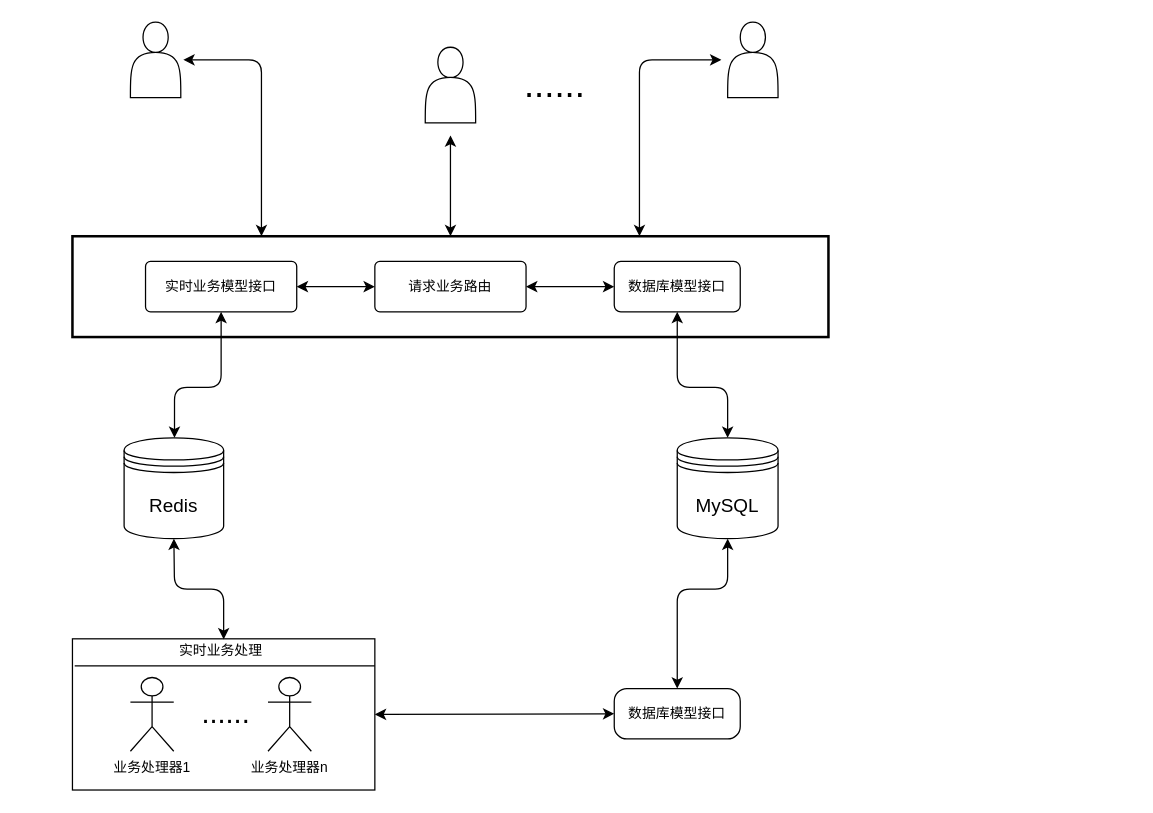
Earlier version of the draw.io diagram page "系统整体框架" (1 of 2) of 系统总框架.drawio (bedreamer/draw.io). Source tidied: cells renumbered, new cells numbered last; positions are measured from the earlier drawing's top-left corner, leaving out a move shared by most shapes. Both pictures are drawn from the tidied source at 126%, with x=0, y=0 at pixel (72, 21).
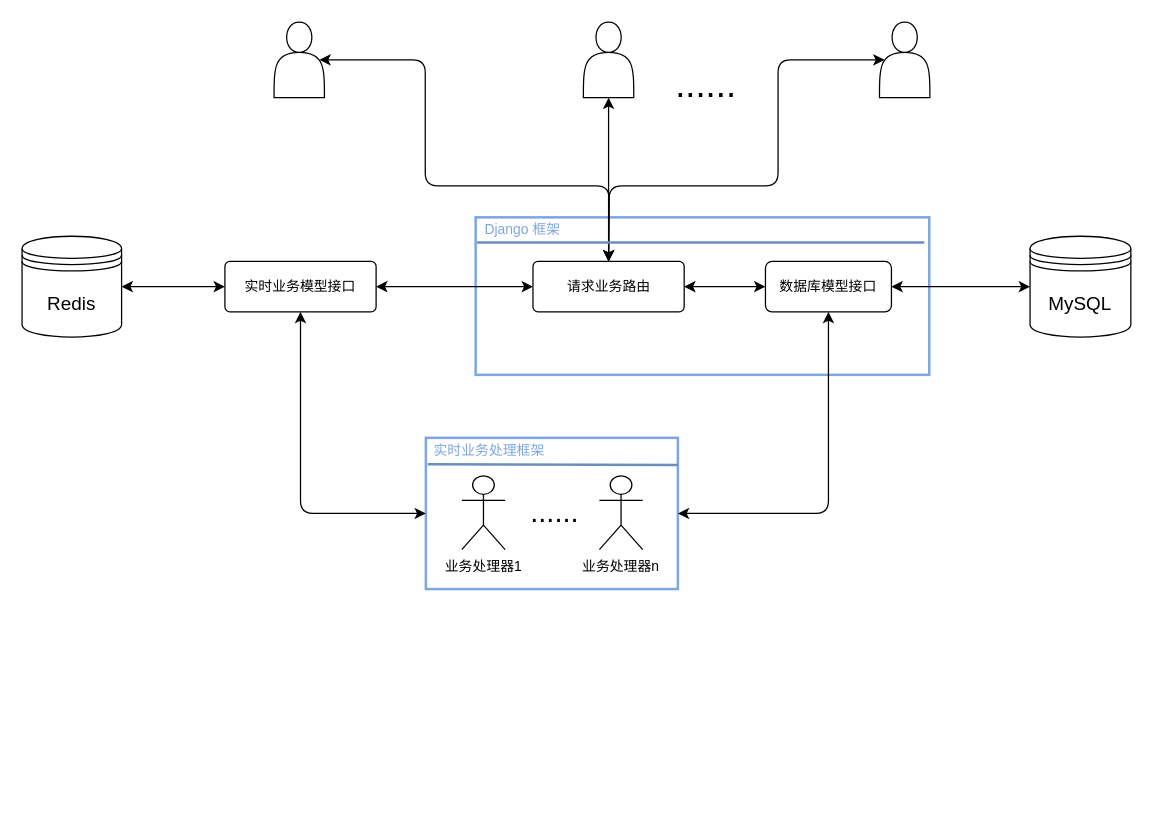
The same diagram, later.

Commit message:
更新系统总框架.drawio

What changed in the source:
```diff
@@
-    <mxCell id="2" style="strokeWidth=2;whiteSpace=wrap;html=1;align=center;fontSize=15;" parent="1" vertex="1">
-      <mxGeometry y="170" width="600" height="80" as="geometry" />
+    <mxCell id="2" style="strokeWidth=2;whiteSpace=wrap;html=1;align=center;fontSize=15;strokeColor=#7EA6E0;" parent="1" vertex="1">
+      <mxGeometry x="320" y="155" width="360" height="125" as="geometry" />
     </mxCell>
     <mxCell id="3" value="MySQL" style="shape=datastore;whiteSpace=wrap;html=1;fontSize=15;" parent="1" vertex="1">
-      <mxGeometry x="480" y="330" width="80" height="80" as="geometry" />
+      <mxGeometry x="760" y="170" width="80" height="80" as="geometry" />
     </mxCell>
     <mxCell id="4" value="Redis" style="shape=datastore;whiteSpace=wrap;html=1;fontSize=15;" parent="1" vertex="1">
-      <mxGeometry x="41" y="330" width="79" height="80" as="geometry" />
+      <mxGeometry x="-40" y="170" width="79" height="80" as="geometry" />
     </mxCell>
     <mxCell id="5" value="实时业务模型接口" style="rounded=1;whiteSpace=wrap;html=1;fontSize=11;horizontal=1;arcSize=10;" parent="1" vertex="1">
-      <mxGeometry x="58" y="190" width="120" height="40" as="geometry" />
+      <mxGeometry x="121" y="190" width="120" height="40" as="geometry" />
     </mxCell>
-    <mxCell id="6" style="rounded=0;whiteSpace=wrap;html=1;fontSize=11;" parent="1" vertex="1">
-      <mxGeometry y="489.5" width="240" height="120" as="geometry" />
+    <mxCell id="6" style="rounded=0;whiteSpace=wrap;html=1;fontSize=11;strokeColor=#7EA6E0;strokeWidth=2;" parent="1" vertex="1">
+      <mxGeometry x="280.5" y="330" width="200" height="120" as="geometry" />
     </mxCell>
     <mxCell id="7" value="业务处理器1" style="shape=umlActor;verticalLabelPosition=bottom;labelBackgroundColor=#ffffff;verticalAlign=top;html=1;fontSize=11;" parent="1" vertex="1">
-      <mxGeometry x="46" y="520.2" width="34.4" height="58.5" as="geometry" />
+      <mxGeometry x="309" y="360.2" width="34.4" height="58.5" as="geometry" />
     </mxCell>
     <mxCell id="8" value="业务处理器n" style="shape=umlActor;verticalLabelPosition=bottom;labelBackgroundColor=#ffffff;verticalAlign=top;html=1;fontSize=11;" parent="1" vertex="1">
-      <mxGeometry x="155.2" y="520.2" width="34.4" height="58.5" as="geometry" />
+      <mxGeometry x="418.2" y="360.2" width="34.4" height="58.5" as="geometry" />
     </mxCell>
     <mxCell id="9" value="......" style="text;html=1;strokeColor=none;fillColor=none;align=center;verticalAlign=middle;whiteSpace=wrap;rounded=0;fontSize=23;" parent="1" vertex="1">
-      <mxGeometry x="98.9" y="539.2" width="45.9" height="19.5" as="geometry" />
+      <mxGeometry x="360.4" y="379.2" width="45.9" height="19.5" as="geometry" />
     </mxCell>
-    <mxCell id="10" value="实时业务处理" style="text;html=1;strokeColor=none;fillColor=none;align=center;verticalAlign=middle;whiteSpace=wrap;rounded=0;fontSize=11;" parent="1" vertex="1">
-      <mxGeometry x="78" y="489.5" width="80.3" height="19.5" as="geometry" />
+    <mxCell id="10" value="实时业务处理框架" style="text;html=1;strokeColor=none;fillColor=none;align=center;verticalAlign=middle;whiteSpace=wrap;rounded=0;fontSize=11;fontColor=#7EA6E0;" parent="1" vertex="1">
+      <mxGeometry x="282" y="330" width="98" height="20" as="geometry" />
     </mxCell>
-    <mxCell id="11" style="endArrow=none;html=1;fontSize=11;entryX=1;entryY=0.179;entryDx=0;entryDy=0;entryPerimeter=0;" parent="1" edge="1" target="6">
+    <mxCell id="11" style="endArrow=none;html=1;fontSize=11;entryX=1;entryY=0.179;entryDx=0;entryDy=0;entryPerimeter=0;fillColor=#dae8fc;strokeColor=#6c8ebf;strokeWidth=2;" parent="1" edge="1" target="6">
       <mxGeometry relative="1" as="geometry">
-        <mxPoint x="1.8" y="511" as="sourcePoint" />
+        <mxPoint x="282" y="351" as="sourcePoint" />
       </mxGeometry>
     </mxCell>
     <mxCell id="12" value="数据库模型接口" style="rounded=1;whiteSpace=wrap;html=1;fontSize=11;horizontal=1;arcSize=13;" parent="1" vertex="1">
-      <mxGeometry x="430" y="190" width="100" height="40" as="geometry" />
+      <mxGeometry x="550" y="190" width="100" height="40" as="geometry" />
     </mxCell>
-    <mxCell id="13" style="endArrow=classic;startArrow=classic;html=1;fontSize=11;entryX=0.5;entryY=1;entryDx=0;entryDy=0;" parent="1" edge="1" target="5">
-      <mxGeometry relative="1" as="geometry">
-        <mxPoint x="81" y="330" as="sourcePoint" />
-        <Array as="points">
-          <mxPoint x="81" y="290" />
-          <mxPoint x="118" y="290" />
-        </Array>
-      </mxGeometry>
-    </mxCell>
-    <mxCell id="14" style="endArrow=classic;startArrow=classic;html=1;fontSize=11;entryX=0.5;entryY=1;entryDx=0;entryDy=0;" parent="1" edge="1" target="4">
+    <mxCell id="14" style="endArrow=classic;startArrow=classic;html=1;fontSize=11;entryX=0.5;entryY=1;entryDx=0;entryDy=0;exitX=0;exitY=0.5;exitDx=0;exitDy=0;" parent="1" edge="1" source="6" target="5">
       <mxGeometry relative="1" as="geometry">
-        <mxPoint x="120" y="490" as="sourcePoint" />
         <Array as="points">
-          <mxPoint x="120" y="450" />
-          <mxPoint x="81" y="450" />
+          <mxPoint x="181" y="390" />
         </Array>
       </mxGeometry>
     </mxCell>
-    <mxCell id="15" style="endArrow=classic;startArrow=classic;html=1;fontSize=11;entryX=0.5;entryY=1;entryDx=0;entryDy=0;exitX=0.5;exitY=0;exitDx=0;exitDy=0;" parent="1" edge="1" source="3" target="12">
-      <mxGeometry relative="1" as="geometry">
-        <Array as="points">
-          <mxPoint x="520" y="290" />
-          <mxPoint x="480" y="290" />
-        </Array>
-      </mxGeometry>
+    <mxCell id="15" style="endArrow=classic;startArrow=classic;html=1;fontSize=11;entryX=1;entryY=0.5;entryDx=0;entryDy=0;exitX=0;exitY=0.5;exitDx=0;exitDy=0;" parent="1" edge="1" source="3" target="12">
+      <mxGeometry relative="1" as="geometry" />
     </mxCell>
-    <mxCell id="16" value="数据库模型接口" style="rounded=1;whiteSpace=wrap;html=1;fontSize=11;horizontal=1;arcSize=25;" parent="1" vertex="1">
-      <mxGeometry x="430" y="529" width="100" height="40" as="geometry" />
-    </mxCell>
-    <mxCell id="17" style="endArrow=classic;startArrow=classic;html=1;fontSize=11;entryX=0;entryY=0.5;entryDx=0;entryDy=0;exitX=1;exitY=0.5;exitDx=0;exitDy=0;" parent="1" edge="1" source="6" target="16">
-      <mxGeometry relative="1" as="geometry" />
+    <mxCell id="17" style="endArrow=classic;startArrow=classic;html=1;fontSize=11;entryX=0.5;entryY=1;entryDx=0;entryDy=0;exitX=1;exitY=0.5;exitDx=0;exitDy=0;" parent="1" edge="1" source="6" target="12">
+      <mxGeometry relative="1" as="geometry">
+        <Array as="points">
+          <mxPoint x="600" y="390" />
+        </Array>
+      </mxGeometry>
     </mxCell>
-    <mxCell id="18" style="endArrow=classic;startArrow=classic;html=1;fontSize=11;entryX=0.5;entryY=0;entryDx=0;entryDy=0;exitX=0.5;exitY=1;exitDx=0;exitDy=0;" parent="1" edge="1" source="3" target="16">
-      <mxGeometry relative="1" as="geometry">
-        <Array as="points">
-          <mxPoint x="520" y="450" />
-          <mxPoint x="480" y="450" />
-        </Array>
-      </mxGeometry>
-    </mxCell>
     <mxCell id="19" value="请求业务路由" style="rounded=1;whiteSpace=wrap;html=1;fontSize=11;horizontal=1;arcSize=10;" parent="1" vertex="1">
-      <mxGeometry x="240" y="190" width="120" height="40" as="geometry" />
+      <mxGeometry x="365.5" y="190" width="120" height="40" as="geometry" />
     </mxCell>
@@
     <mxCell id="22" value="......" style="text;html=1;strokeColor=none;fillColor=none;align=center;verticalAlign=middle;whiteSpace=wrap;rounded=0;fontSize=29;" parent="1" vertex="1">
-      <mxGeometry x="359.9" y="40.2" width="45.9" height="19.5" as="geometry" />
+      <mxGeometry x="480.4" y="40.2" width="45.9" height="19.5" as="geometry" />
     </mxCell>
-    <mxCell id="23" style="endArrow=classic;startArrow=classic;html=1;fontSize=23;entryX=1;entryY=0.3333333333333333;entryDx=0;entryDy=0;entryPerimeter=0;exitX=0.25;exitY=0;exitDx=0;exitDy=0;" parent="1" edge="1" source="2">
+    <mxCell id="23" style="endArrow=classic;startArrow=classic;html=1;fontSize=23;entryX=0.9;entryY=0.5;entryDx=0;entryDy=0;entryPerimeter=0;exitX=0.5;exitY=0;exitDx=0;exitDy=0;" parent="1" edge="1" source="19" target="26">
       <mxGeometry relative="1" as="geometry">
-        <mxPoint x="88" y="30" as="targetPoint" />
         <Array as="points">
-          <mxPoint x="150" y="30" />
+          <mxPoint x="426" y="130" />
+          <mxPoint x="280" y="130" />
+          <mxPoint x="280" y="30" />
         </Array>
       </mxGeometry>
     </mxCell>
-    <mxCell id="24" style="endArrow=classic;startArrow=classic;html=1;fontSize=23;entryX=0.5;entryY=0;entryDx=0;entryDy=0;" parent="1" edge="1" target="2">
-      <mxGeometry relative="1" as="geometry">
-        <mxPoint x="300" y="90" as="sourcePoint" />
-      </mxGeometry>
+    <mxCell id="24" style="endArrow=classic;startArrow=classic;html=1;fontSize=23;entryX=0.5;entryY=0;entryDx=0;entryDy=0;exitX=0.5;exitY=1;exitDx=0;exitDy=0;" parent="1" edge="1" source="27" target="19">
+      <mxGeometry relative="1" as="geometry" />
     </mxCell>
-    <mxCell id="25" style="endArrow=classic;startArrow=classic;html=1;fontSize=23;entryX=0.75;entryY=0;entryDx=0;entryDy=0;exitX=0;exitY=0.3333333333333333;exitDx=0;exitDy=0;exitPerimeter=0;" parent="1" edge="1" target="2">
+    <mxCell id="25" style="endArrow=classic;startArrow=classic;html=1;fontSize=23;entryX=0.5;entryY=0;entryDx=0;entryDy=0;exitX=0.1;exitY=0.5;exitDx=0;exitDy=0;exitPerimeter=0;" parent="1" edge="1" source="28" target="19">
       <mxGeometry relative="1" as="geometry">
-        <mxPoint x="515" y="30" as="sourcePoint" />
         <Array as="points">
-          <mxPoint x="450" y="30" />
+          <mxPoint x="560" y="30" />
+          <mxPoint x="560" y="130" />
+          <mxPoint x="426" y="130" />
         </Array>
       </mxGeometry>
     </mxCell>
     <mxCell id="26" style="shape=actor;whiteSpace=wrap;html=1;fontSize=23;" parent="1" vertex="1">
-      <mxGeometry x="46" width="40" height="60" as="geometry" />
+      <mxGeometry x="160" width="40" height="60" as="geometry" />
     </mxCell>
     <mxCell id="27" style="shape=actor;whiteSpace=wrap;html=1;fontSize=23;" parent="1" vertex="1">
-      <mxGeometry x="280" y="20" width="40" height="60" as="geometry" />
+      <mxGeometry x="405.5" width="40" height="60" as="geometry" />
     </mxCell>
     <mxCell id="28" style="shape=actor;whiteSpace=wrap;html=1;fontSize=23;" parent="1" vertex="1">
-      <mxGeometry x="520" width="40" height="60" as="geometry" />
+      <mxGeometry x="640.5" width="40" height="60" as="geometry" />
     </mxCell>
+    <mxCell id="29" style="endArrow=classic;startArrow=classic;html=1;fontSize=23;entryX=0;entryY=0.5;entryDx=0;entryDy=0;exitX=1;exitY=0.5;exitDx=0;exitDy=0;" parent="1" edge="1" source="4" target="5">
+      <mxGeometry relative="1" as="geometry" />
+    </mxCell>
+    <mxCell id="30" value="Django 框架" style="text;html=1;strokeColor=none;fillColor=none;align=center;verticalAlign=middle;whiteSpace=wrap;rounded=0;fontSize=11;fontColor=#7EA6E0;" parent="1" vertex="1">
+      <mxGeometry x="320" y="155" width="75" height="20" as="geometry" />
+    </mxCell>
+    <mxCell id="31" style="endArrow=none;html=1;fontSize=11;entryX=0.003;entryY=0.16;entryDx=0;entryDy=0;entryPerimeter=0;fillColor=#dae8fc;strokeColor=#6c8ebf;strokeWidth=2;" parent="1" edge="1" target="2">
+      <mxGeometry relative="1" as="geometry">
+        <mxPoint x="676" y="175" as="sourcePoint" />
+      </mxGeometry>
+    </mxCell>
```
